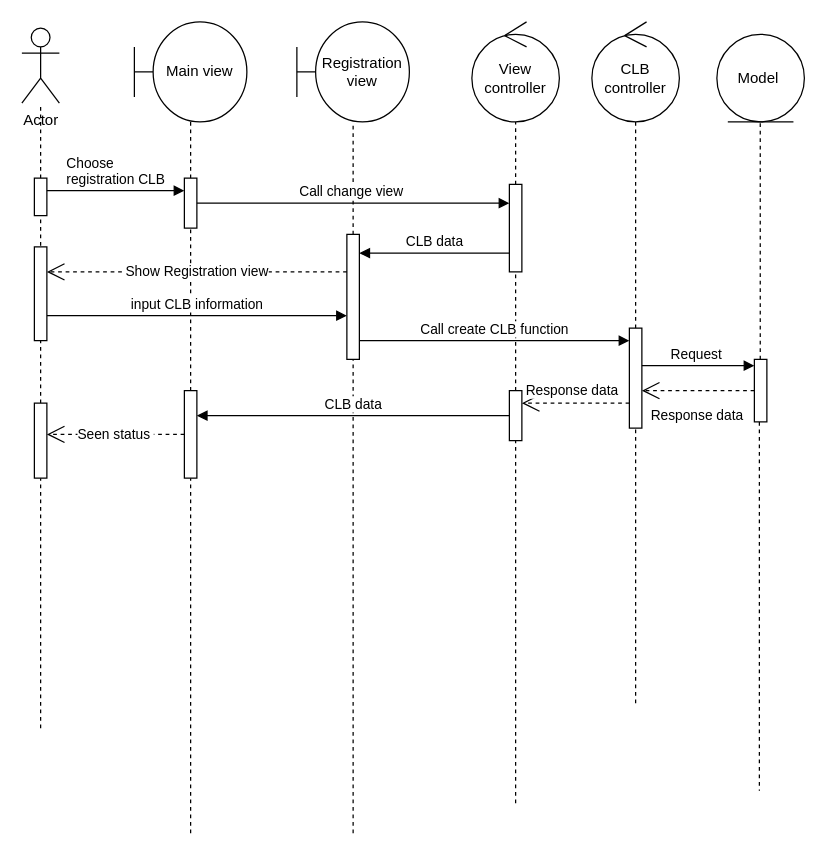
Earlier version of the draw.io diagram page "CLB registration" (7 of 12) of diagram.drawio (ZanhhTrann/finall_project-). Source tidied: cells renumbered, new cells numbered last; positions are measured from the earlier drawing's top-left corner, leaving out a move shared by most shapes. Both pictures are drawn from the tidied source at 125%, with x=0, y=0 at pixel (21, 21).
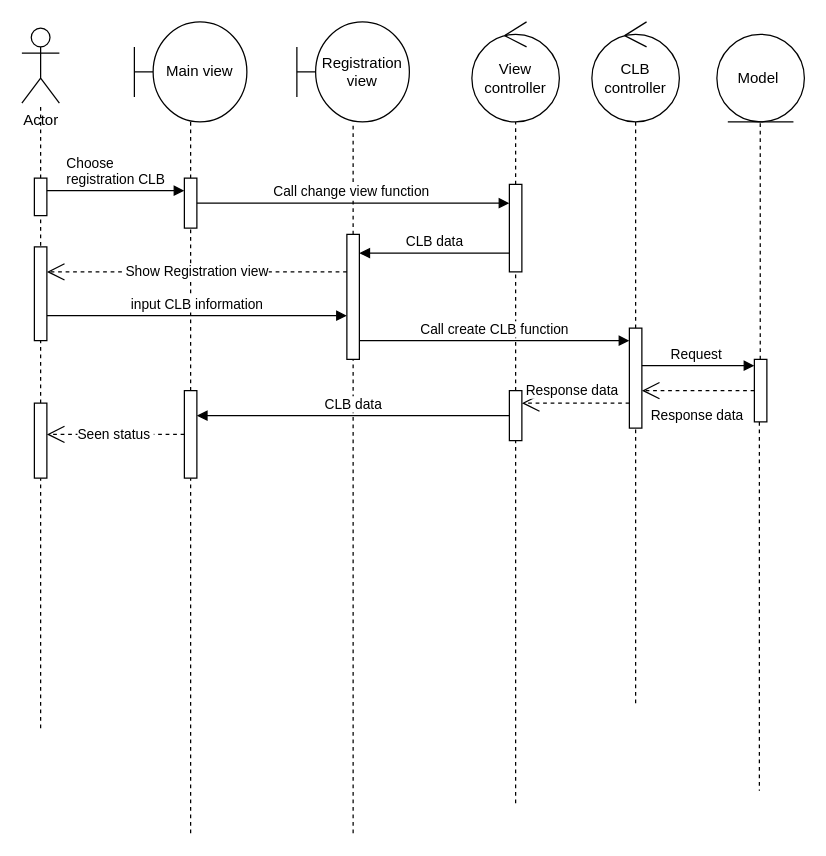
After the change.

Unchanged cells that the change refers to:
```xml
<mxCell id="14" style="html=1;points=[[0,0,0,0,5],[0,1,0,0,-5],[1,0,0,0,5],[1,1,0,0,-5]];perimeter=orthogonalPerimeter;outlineConnect=0;targetShapes=umlLifeline;portConstraint=eastwest;newEdgeStyle={&quot;curved&quot;:0,&quot;rounded&quot;:0};" parent="1" vertex="1">
  <mxGeometry x="390" y="130" width="10" height="70" as="geometry" />
</mxCell>
```

Change to the diagram source:
```diff
@@
-    <mxCell id="24" value="&lt;div style=&quot;text-align: left;&quot;&gt;Call change view&amp;nbsp;&lt;/div&gt;" style="html=1;verticalAlign=bottom;endArrow=block;curved=0;rounded=0;" parent="1" edge="1" target="14">
+    <mxCell id="24" value="&lt;div style=&quot;text-align: left;&quot;&gt;Call change view function&amp;nbsp;&lt;/div&gt;" style="html=1;verticalAlign=bottom;endArrow=block;curved=0;rounded=0;" parent="1" edge="1" target="14">
       <mxGeometry relative="1" as="geometry">
         <mxPoint x="140" y="145" as="sourcePoint" />
       </mxGeometry>
     </mxCell>
```
